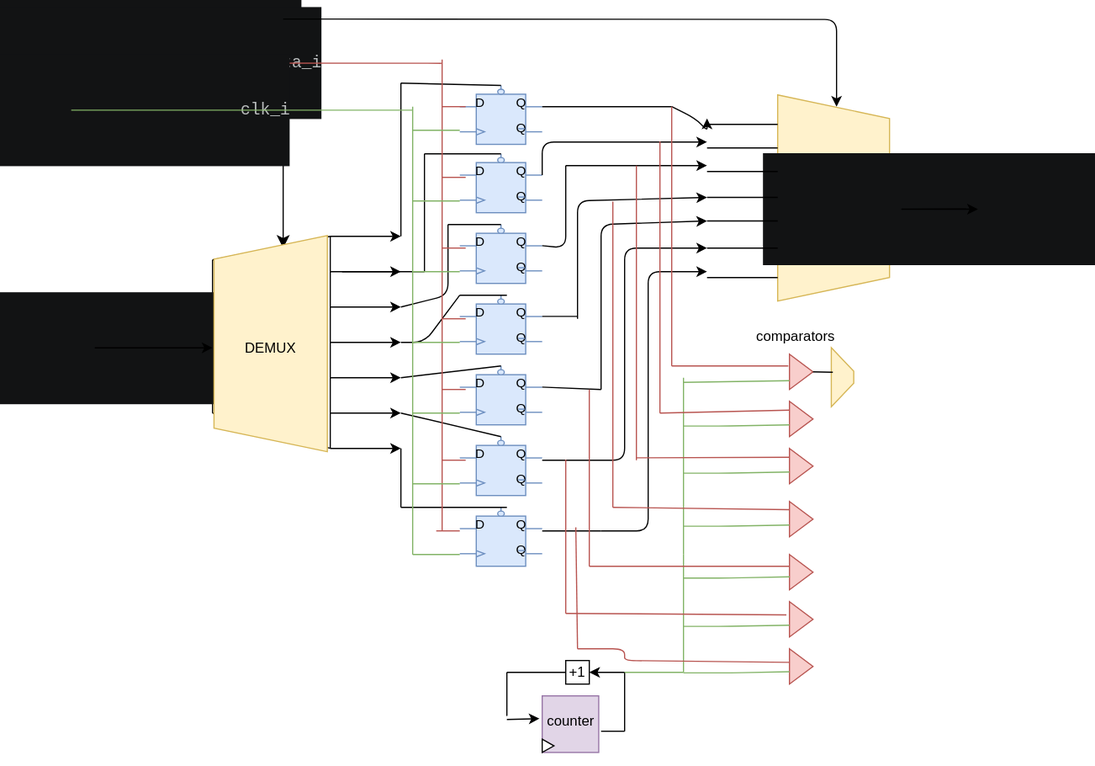
Earlier version of the draw.io export document/pwm.svg (ADN-VLSI/Batch2_testing). Source tidied: cells renumbered, new cells last; positions are measured from the earlier drawing's top-left corner, leaving out a move shared by most shapes.
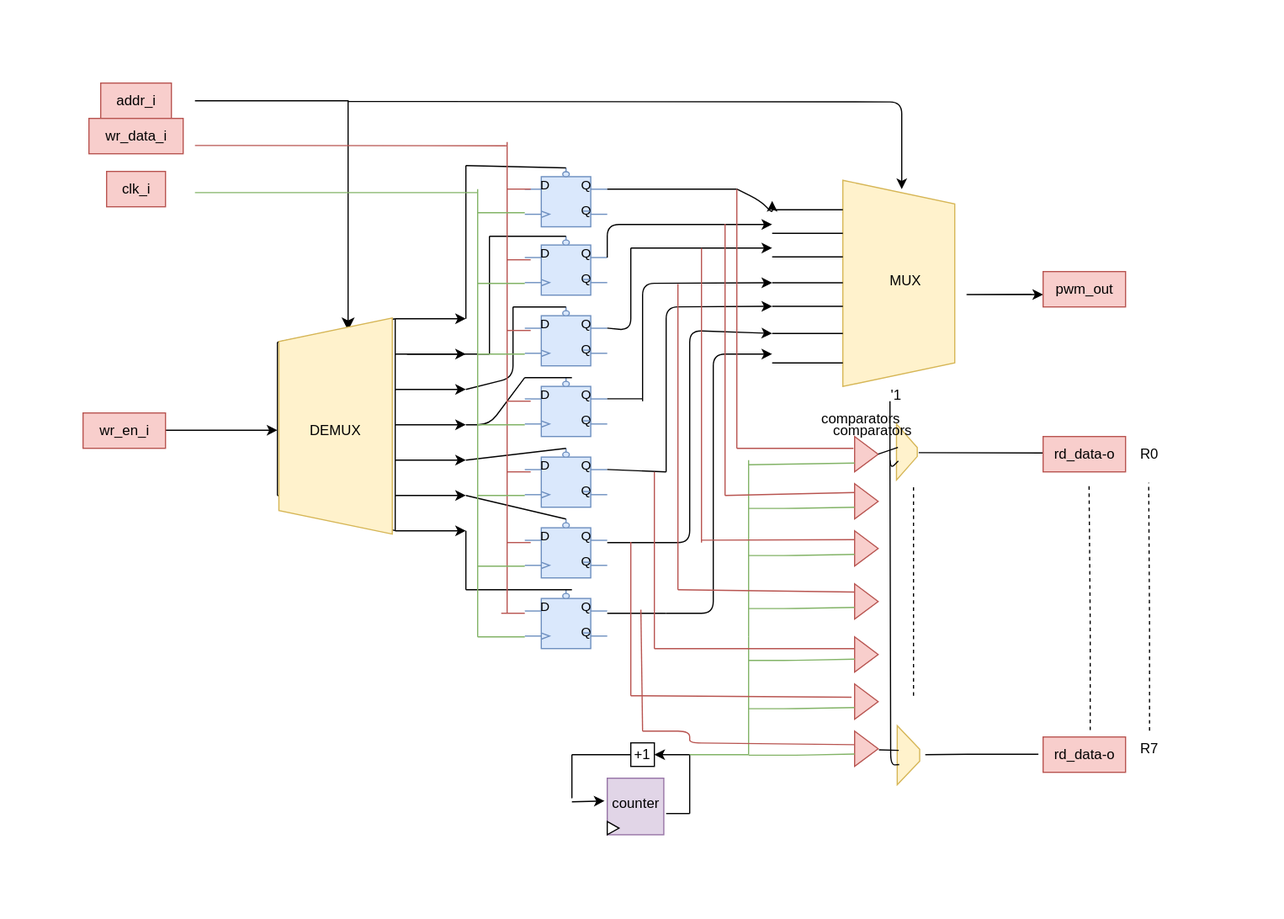
Above is the later version.

Diff of the diagram source:
```diff
@@ -2,6 +2,12 @@
   <root>
     <mxCell id="0" />
     <mxCell id="1" parent="0" />
+    <mxCell id="132" style="rounded=0;whiteSpace=wrap;html=1;fillColor=#f8cecc;strokeColor=#b85450;" parent="1" vertex="1">
+      <mxGeometry x="-10" y="-20" width="120" height="50" as="geometry" />
+    </mxCell>
+    <mxCell id="133" style="rounded=0;whiteSpace=wrap;html=1;fillColor=default;strokeColor=none;" parent="1" vertex="1">
+      <mxGeometry x="-55" y="-70" width="1090" height="780" as="geometry" />
+    </mxCell>
     <mxCell id="2" style="endArrow=classic;html=1;" parent="1" edge="1">
       <mxGeometry relative="1" as="geometry">
         <mxPoint x="280" y="350" as="sourcePoint" />
@@ -72,23 +78,18 @@
         <mxPoint x="280" y="200" as="targetPoint" />
       </mxGeometry>
     </mxCell>
-    <mxCell id="13" style="edgeStyle=segmentEdgeStyle;endArrow=classic;html=1;curved=0;rounded=0;endSize=8;startSize=8;" parent="1" edge="1" source="16">
+    <mxCell id="13" style="edgeStyle=segmentEdgeStyle;endArrow=classic;html=1;curved=0;rounded=0;endSize=8;startSize=8;" parent="1" edge="1">
       <mxGeometry relative="1" as="geometry">
+        <mxPoint x="110" y="15" as="sourcePoint" />
         <mxPoint x="240" y="210" as="targetPoint" />
       </mxGeometry>
     </mxCell>
-    <mxCell id="14" value="&lt;div style=&quot;color: rgb(187, 190, 191); background-color: rgb(18, 19, 20); font-family: &amp;quot;Droid Sans Mono&amp;quot;, monospace; font-size: 14px; line-height: 19px; white-space: pre;&quot;&gt;&lt;span style=&quot;color: #bbbebf;&quot;&gt;wr_en_i&lt;/span&gt;&lt;/div&gt;" style="text;html=1;align=center;verticalAlign=middle;strokeColor=none;fillColor=none;" parent="1" vertex="1">
-      <mxGeometry x="10" y="280" width="80" height="30" as="geometry" />
-    </mxCell>
     <mxCell id="15" style="edgeStyle=none;orthogonalLoop=1;jettySize=auto;html=1;" parent="1" edge="1">
       <mxGeometry relative="1" as="geometry">
         <mxPoint x="80" y="294.7" as="sourcePoint" />
         <mxPoint x="180" y="294.7" as="targetPoint" />
       </mxGeometry>
     </mxCell>
-    <mxCell id="16" value="&lt;div style=&quot;color: rgb(187, 190, 191); background-color: rgb(18, 19, 20); font-family: &amp;quot;Droid Sans Mono&amp;quot;, monospace; font-size: 14px; line-height: 19px; white-space: pre;&quot;&gt;&lt;span style=&quot;color: #bbbebf;&quot;&gt;addr_i&lt;/span&gt;&lt;/div&gt;" style="text;html=1;align=center;verticalAlign=middle;points=[];strokeColor=none;fillColor=none;" parent="1" vertex="1">
-      <mxGeometry x="10" width="70" height="30" as="geometry" />
-    </mxCell>
     <mxCell id="17" style="verticalLabelPosition=bottom;shadow=0;dashed=0;align=center;html=1;verticalAlign=top;shape=mxgraph.electrical.logic_gates.d_type_flip-flop_with_clear_2;fillColor=#dae8fc;strokeColor=#6c8ebf;" parent="1" vertex="1">
       <mxGeometry x="390" y="130" width="70" height="50" as="geometry" />
     </mxCell>
@@ -191,11 +192,9 @@
         <mxPoint x="360" y="130" as="sourcePoint" />
       </mxGeometry>
     </mxCell>
-    <mxCell id="38" value="&lt;div style=&quot;color: rgb(187, 190, 191); background-color: rgb(18, 19, 20); font-family: &amp;quot;Droid Sans Mono&amp;quot;, monospace; font-size: 14px; line-height: 19px; white-space: pre;&quot;&gt;&lt;span style=&quot;color: #bbbebf;&quot;&gt;wr_data_i&lt;/span&gt;&lt;/div&gt;" style="text;html=1;align=center;verticalAlign=middle;points=[];strokeColor=none;fillColor=none;" parent="1" vertex="1">
-      <mxGeometry y="38" width="100" height="30" as="geometry" />
-    </mxCell>
-    <mxCell id="39" style="endArrow=none;html=1;fillColor=#f8cecc;strokeColor=#b85450;entryX=0.008;entryY=0.56;entryDx=0;entryDy=0;entryPerimeter=0;" parent="1" edge="1" source="38" target="40">
+    <mxCell id="39" style="endArrow=none;html=1;fillColor=#f8cecc;strokeColor=#b85450;entryX=0.008;entryY=0.56;entryDx=0;entryDy=0;entryPerimeter=0;" parent="1" edge="1" target="40">
       <mxGeometry relative="1" as="geometry">
+        <mxPoint x="110" y="53" as="sourcePoint" />
         <Array as="points">
           <mxPoint x="140" y="53" />
         </Array>
@@ -225,11 +224,8 @@
     <mxCell id="47" style="line;strokeWidth=1;dashed=0;labelPosition=right;align=left;verticalAlign=middle;spacingTop=0;spacingLeft=6;fillColor=#f8cecc;strokeColor=#b85450;" parent="1" vertex="1">
       <mxGeometry x="375" y="80" width="20" height="20" as="geometry" />
     </mxCell>
-    <mxCell id="48" value="&lt;div style=&quot;color: rgb(187, 190, 191); background-color: rgb(18, 19, 20); font-family: &amp;quot;Droid Sans Mono&amp;quot;, monospace; font-size: 14px; line-height: 19px; white-space: pre;&quot;&gt;&lt;span style=&quot;color: #bbbebf;&quot;&gt;clk_i&lt;/span&gt;&lt;/div&gt;" style="text;html=1;align=center;verticalAlign=middle;strokeColor=none;fillColor=none;" parent="1" vertex="1">
-      <mxGeometry x="5" y="78" width="70" height="30" as="geometry" />
-    </mxCell>
     <mxCell id="49" style="verticalLabelPosition=bottom;shadow=0;dashed=0;align=center;html=1;verticalAlign=top;strokeWidth=1;shape=mxgraph.mockup.markup.line;strokeColor=#82b366;fillColor=#d5e8d4;" parent="1" vertex="1">
-      <mxGeometry x="60" y="83" width="290" height="20" as="geometry" />
+      <mxGeometry x="110" y="83" width="240" height="20" as="geometry" />
     </mxCell>
     <mxCell id="50" style="endArrow=none;html=1;fillColor=#d5e8d4;strokeColor=#82b366;" parent="1" edge="1">
       <mxGeometry relative="1" as="geometry">
@@ -341,7 +337,7 @@
       </mxGeometry>
     </mxCell>
     <mxCell id="69" style="group;rotation=-180;" parent="1" vertex="1">
-      <mxGeometry x="590" y="80" width="340" height="175" as="geometry" />
+      <mxGeometry x="590" y="82.5" width="340" height="175" as="geometry" />
     </mxCell>
     <mxCell id="70" style="shape=trapezoid;perimeter=trapezoidPerimeter;whiteSpace=wrap;html=1;fixedSize=1;rotation=90;fillColor=#fff2cc;strokeColor=#d6b656;" parent="69" vertex="1">
       <mxGeometry x="30" y="40" width="175" height="95" as="geometry" />
@@ -349,9 +345,6 @@
     <mxCell id="71" value="MUX&lt;div&gt;&lt;br&gt;&lt;/div&gt;" style="text;html=1;align=center;verticalAlign=middle;strokeColor=none;fillColor=none;rotation=0;" parent="69" vertex="1">
       <mxGeometry x="97.5" y="72" width="50" height="40" as="geometry" />
     </mxCell>
-    <mxCell id="72" value="&lt;div style=&quot;color: rgb(187, 190, 191); background-color: rgb(18, 19, 20); font-family: &amp;quot;Droid Sans Mono&amp;quot;, monospace; font-size: 14px; line-height: 19px; white-space: pre;&quot;&gt;&lt;span style=&quot;color: #bbbebf;&quot;&gt;rd_data_o&lt;/span&gt;&lt;/div&gt;" style="text;html=1;align=center;verticalAlign=middle;strokeColor=none;fillColor=none;rotation=0;" parent="69" vertex="1">
-      <mxGeometry x="230" y="82" width="100" height="30" as="geometry" />
-    </mxCell>
     <mxCell id="73" style="endArrow=classic;html=1;" parent="69" edge="1">
       <mxGeometry relative="1" as="geometry">
         <mxPoint x="230" y="96.7" as="sourcePoint" />
@@ -648,10 +641,105 @@
       <mxGeometry x="194.4" y="280" width="70" height="30" as="geometry" />
     </mxCell>
     <mxCell id="130" style="shape=trapezoid;perimeter=trapezoidPerimeter;whiteSpace=wrap;html=1;fixedSize=1;rotation=90;fillColor=#fff2cc;strokeColor=#d6b656;" parent="1" vertex="1">
-      <mxGeometry x="690" y="310" width="50.1" height="19.1" as="geometry" />
+      <mxGeometry x="690.6" y="304.3" width="47.5" height="17.6" as="geometry" />
     </mxCell>
     <mxCell id="131" style="endArrow=none;html=1;entryX=0.418;entryY=0.932;entryDx=0;entryDy=0;exitX=1;exitY=0.5;exitDx=0;exitDy=0;entryPerimeter=0;" parent="1" edge="1" source="82" target="130">
       <mxGeometry relative="1" as="geometry" />
     </mxCell>
+    <mxCell id="134" style="endArrow=none;html=1;entryX=0.659;entryY=0.913;entryDx=0;entryDy=0;entryPerimeter=0;" parent="1" edge="1" target="130">
+      <mxGeometry relative="1" as="geometry">
+        <mxPoint x="700" y="270" as="sourcePoint" />
+        <Array as="points">
+          <mxPoint x="700" y="328" />
+        </Array>
+      </mxGeometry>
+    </mxCell>
+    <mxCell id="135" value="comparators" style="text;html=1;align=center;verticalAlign=middle;points=[];strokeColor=none;fillColor=none;" parent="1" vertex="1">
+      <mxGeometry x="640" y="280" width="90" height="30" as="geometry" />
+    </mxCell>
+    <mxCell id="136" style="shape=trapezoid;perimeter=trapezoidPerimeter;whiteSpace=wrap;html=1;fixedSize=1;rotation=90;fillColor=#fff2cc;strokeColor=#d6b656;" parent="1" vertex="1">
+      <mxGeometry x="690.6" y="560.9" width="50.1" height="19.1" as="geometry" />
+    </mxCell>
+    <mxCell id="137" style="endArrow=none;html=1;entryX=0.418;entryY=0.932;entryDx=0;entryDy=0;exitX=1;exitY=0.5;exitDx=0;exitDy=0;entryPerimeter=0;" parent="1" edge="1" target="136">
+      <mxGeometry relative="1" as="geometry">
+        <mxPoint x="690.6" y="565.9" as="sourcePoint" />
+      </mxGeometry>
+    </mxCell>
+    <mxCell id="138" style="endArrow=none;html=1;entryX=0.659;entryY=0.913;entryDx=0;entryDy=0;entryPerimeter=0;" parent="1" edge="1" target="136">
+      <mxGeometry relative="1" as="geometry">
+        <mxPoint x="700" y="320" as="sourcePoint" />
+        <Array as="points">
+          <mxPoint x="700.6" y="578.9" />
+        </Array>
+      </mxGeometry>
+    </mxCell>
+    <mxCell id="139" value="'1" style="text;html=1;align=center;verticalAlign=middle;strokeColor=none;fillColor=none;" parent="1" vertex="1">
+      <mxGeometry x="690" y="250" width="30" height="30" as="geometry" />
+    </mxCell>
+    <mxCell id="140" style="endArrow=none;dashed=1;html=1;" parent="1" edge="1">
+      <mxGeometry relative="1" as="geometry">
+        <mxPoint x="720" y="520" as="sourcePoint" />
+        <mxPoint x="720" y="340" as="targetPoint" />
+      </mxGeometry>
+    </mxCell>
+    <mxCell id="141" style="endArrow=none;html=1;exitX=0.938;exitY=1.123;exitDx=0;exitDy=0;exitPerimeter=0;" parent="1" edge="1" source="135">
+      <mxGeometry relative="1" as="geometry">
+        <mxPoint x="830" y="314" as="targetPoint" />
+      </mxGeometry>
+    </mxCell>
+    <mxCell id="142" style="endArrow=none;html=1;" parent="1" edge="1">
+      <mxGeometry relative="1" as="geometry">
+        <mxPoint x="730" y="570" as="sourcePoint" />
+        <mxPoint x="826" y="569.7" as="targetPoint" />
+        <Array as="points">
+          <mxPoint x="776" y="569.7" />
+        </Array>
+      </mxGeometry>
+    </mxCell>
+    <mxCell id="143" value="R0" style="text;html=1;align=center;verticalAlign=middle;strokeColor=none;fillColor=none;" parent="1" vertex="1">
+      <mxGeometry x="900" y="300" width="40" height="30" as="geometry" />
+    </mxCell>
+    <mxCell id="144" value="R7" style="text;html=1;align=center;verticalAlign=middle;strokeColor=none;fillColor=none;" parent="1" vertex="1">
+      <mxGeometry x="900" y="550" width="40" height="30" as="geometry" />
+    </mxCell>
+    <mxCell id="145" style="endArrow=none;dashed=1;html=1;entryX=0.232;entryY=0.985;entryDx=0;entryDy=0;entryPerimeter=0;" parent="1" edge="1">
+      <mxGeometry relative="1" as="geometry">
+        <mxPoint x="920.4" y="549.7" as="sourcePoint" />
+        <mxPoint x="919.6" y="339.2" as="targetPoint" />
+        <Array as="points">
+          <mxPoint x="920.4" y="459.7" />
+        </Array>
+      </mxGeometry>
+    </mxCell>
+    <mxCell id="146" style="endArrow=none;dashed=1;html=1;entryX=0.232;entryY=0.985;entryDx=0;entryDy=0;entryPerimeter=0;" parent="1" edge="1">
+      <mxGeometry relative="1" as="geometry">
+        <mxPoint x="870" y="549.2" as="sourcePoint" />
+        <mxPoint x="869" y="339.2" as="targetPoint" />
+        <Array as="points">
+          <mxPoint x="870" y="459.2" />
+        </Array>
+      </mxGeometry>
+    </mxCell>
+    <mxCell id="16" value="addr_i" style="text;html=1;align=center;verticalAlign=middle;points=[];strokeColor=#b85450;fillColor=#f8cecc;" parent="1" vertex="1">
+      <mxGeometry x="30" width="60" height="30" as="geometry" />
+    </mxCell>
+    <mxCell id="38" value="wr_data_i" style="text;html=1;align=center;verticalAlign=middle;points=[];strokeColor=#b85450;fillColor=#f8cecc;" parent="1" vertex="1">
+      <mxGeometry x="20" y="30" width="80" height="30" as="geometry" />
+    </mxCell>
+    <mxCell id="48" value="clk_i" style="text;html=1;align=center;verticalAlign=middle;strokeColor=#b85450;fillColor=#f8cecc;" parent="1" vertex="1">
+      <mxGeometry x="35" y="75" width="50" height="30" as="geometry" />
+    </mxCell>
+    <mxCell id="14" value="wr_en_i" style="text;html=1;align=center;verticalAlign=middle;strokeColor=#b85450;fillColor=#f8cecc;" parent="1" vertex="1">
+      <mxGeometry x="15" y="280" width="70" height="30" as="geometry" />
+    </mxCell>
+    <mxCell id="147" value="pwm_out" style="text;html=1;align=center;verticalAlign=middle;strokeColor=#b85450;fillColor=#f8cecc;" parent="1" vertex="1">
+      <mxGeometry x="830" y="160" width="70" height="30" as="geometry" />
+    </mxCell>
+    <mxCell id="148" value="rd_data-o" style="text;html=1;align=center;verticalAlign=middle;strokeColor=#b85450;fillColor=#f8cecc;" parent="1" vertex="1">
+      <mxGeometry x="830" y="555" width="70" height="30" as="geometry" />
+    </mxCell>
+    <mxCell id="149" value="rd_data-o" style="text;html=1;align=center;verticalAlign=middle;strokeColor=#b85450;fillColor=#f8cecc;" parent="1" vertex="1">
+      <mxGeometry x="830" y="300" width="70" height="30" as="geometry" />
+    </mxCell>
   </root>
 </mxGraphModel>
```
